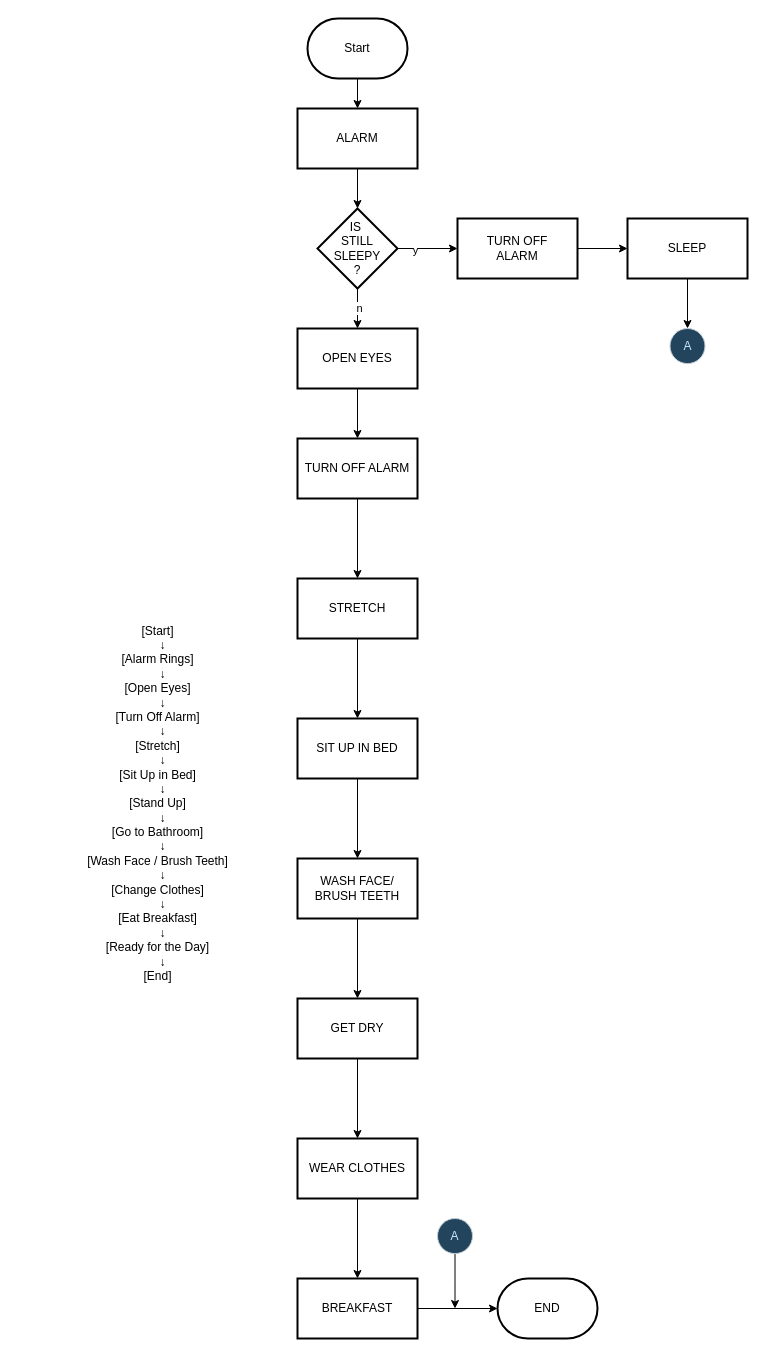
Above: page "Page-8" (8 of 10) of ActivityDiagram.git.drawio in ediangca/DAVNORHIS-Diagram (draw.io), before the change. Source tidied: cells renumbered, new cells numbered last; positions are measured from the earlier drawing's top-left corner, leaving out a move shared by most shapes. Both pictures are drawn from the tidied source at 100%, with x=0, y=0 at pixel (77, 18).
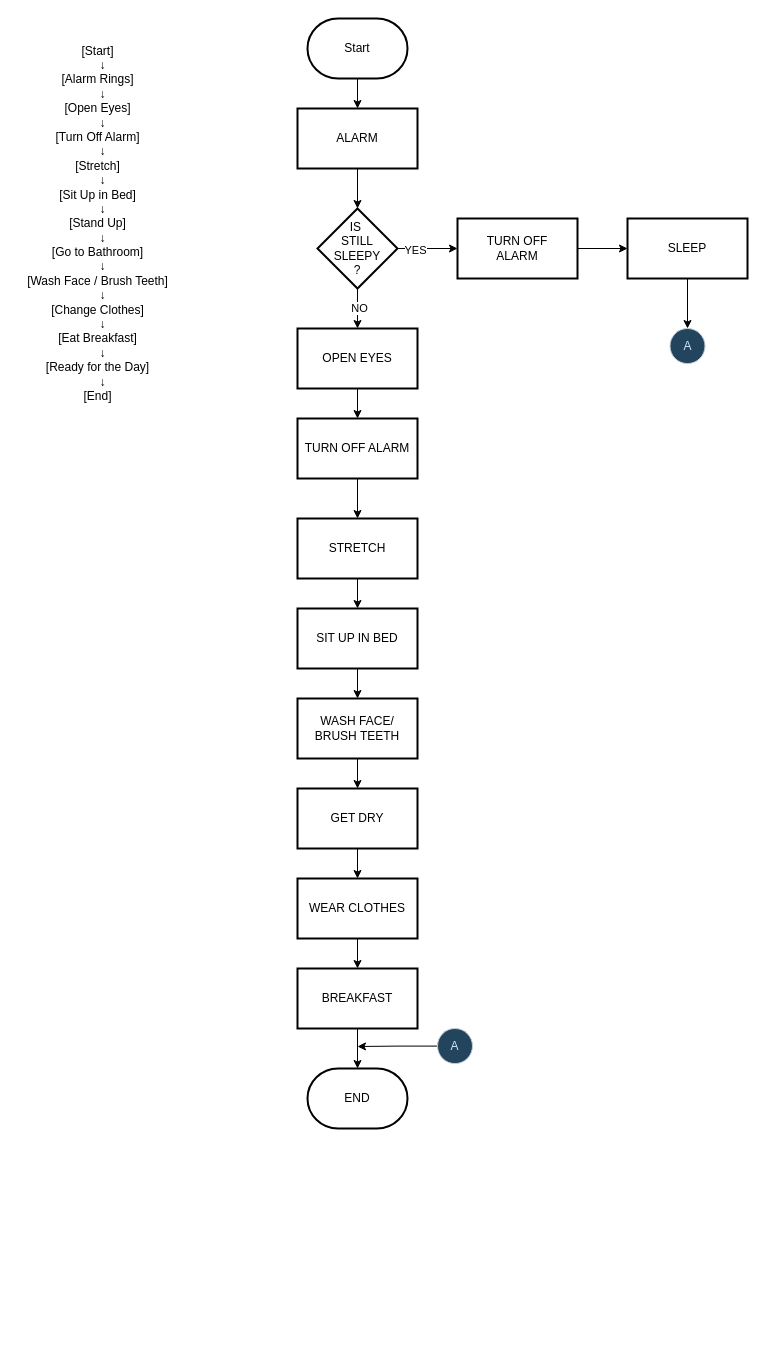
Above is the later version.

Unchanged cells that the change refers to:
```xml
<mxCell id="22" style="edgeStyle=orthogonalEdgeStyle;rounded=0;jettySize=auto;html=1;" parent="1" edge="1" source="26" target="28">
  <mxGeometry relative="1" as="geometry" />
</mxCell>
<mxCell id="24" style="edgeStyle=orthogonalEdgeStyle;rounded=0;jettySize=auto;html=1;entryX=0.5;entryY=0;entryDx=0;entryDy=0;" parent="1" edge="1" source="26" target="8">
  <mxGeometry relative="1" as="geometry" />
</mxCell>
```

Change to the diagram source:
```diff
@@
     <mxCell id="2" value="&lt;div&gt;[Start]&lt;/div&gt;&lt;div&gt;&amp;nbsp; &amp;nbsp;↓&lt;/div&gt;&lt;div&gt;[Alarm Rings]&lt;/div&gt;&lt;div&gt;&amp;nbsp; &amp;nbsp;↓&lt;/div&gt;&lt;div&gt;[Open Eyes]&lt;/div&gt;&lt;div&gt;&amp;nbsp; &amp;nbsp;↓&lt;/div&gt;&lt;div&gt;[Turn Off Alarm]&lt;/div&gt;&lt;div&gt;&amp;nbsp; &amp;nbsp;↓&lt;/div&gt;&lt;div&gt;[Stretch]&lt;/div&gt;&lt;div&gt;&amp;nbsp; &amp;nbsp;↓&lt;/div&gt;&lt;div&gt;[Sit Up in Bed]&lt;/div&gt;&lt;div&gt;&amp;nbsp; &amp;nbsp;↓&lt;/div&gt;&lt;div&gt;[Stand Up]&lt;/div&gt;&lt;div&gt;&amp;nbsp; &amp;nbsp;↓&lt;/div&gt;&lt;div&gt;[Go to Bathroom]&lt;/div&gt;&lt;div&gt;&amp;nbsp; &amp;nbsp;↓&lt;/div&gt;&lt;div&gt;[Wash Face / Brush Teeth]&lt;/div&gt;&lt;div&gt;&amp;nbsp; &amp;nbsp;↓&lt;/div&gt;&lt;div&gt;[Change Clothes]&lt;/div&gt;&lt;div&gt;&amp;nbsp; &amp;nbsp;↓&lt;/div&gt;&lt;div&gt;[Eat Breakfast]&lt;/div&gt;&lt;div&gt;&amp;nbsp; &amp;nbsp;↓&lt;/div&gt;&lt;div&gt;[Ready for the Day]&lt;/div&gt;&lt;div&gt;&amp;nbsp; &amp;nbsp;↓&lt;/div&gt;&lt;div&gt;[End]&lt;/div&gt;" style="text;html=1;align=center;verticalAlign=middle;strokeColor=none;fillColor=none;" parent="1" vertex="1">
-      <mxGeometry y="600" width="160" height="370" as="geometry" />
+      <mxGeometry x="-60" y="20" width="160" height="370" as="geometry" />
     </mxCell>
@@
     <mxCell id="10" value="TURN OFF ALARM" style="whiteSpace=wrap;html=1;strokeWidth=2;" parent="1" vertex="1">
-      <mxGeometry x="220" y="420" width="120" height="60" as="geometry" />
+      <mxGeometry x="220" y="400" width="120" height="60" as="geometry" />
     </mxCell>
@@
     <mxCell id="12" value="STRETCH" style="whiteSpace=wrap;html=1;strokeWidth=2;" parent="1" vertex="1">
-      <mxGeometry x="220" y="560" width="120" height="60" as="geometry" />
+      <mxGeometry x="220" y="500" width="120" height="60" as="geometry" />
     </mxCell>
@@
     <mxCell id="14" value="SIT UP IN BED" style="whiteSpace=wrap;html=1;strokeWidth=2;" parent="1" vertex="1">
-      <mxGeometry x="220" y="700" width="120" height="60" as="geometry" />
+      <mxGeometry x="220" y="590" width="120" height="60" as="geometry" />
     </mxCell>
@@
     <mxCell id="16" value="WASH FACE/&lt;div&gt;BRUSH TEETH&lt;/div&gt;" style="whiteSpace=wrap;html=1;strokeWidth=2;" parent="1" vertex="1">
-      <mxGeometry x="220" y="840" width="120" height="60" as="geometry" />
+      <mxGeometry x="220" y="680" width="120" height="60" as="geometry" />
     </mxCell>
@@
     <mxCell id="18" value="GET DRY" style="whiteSpace=wrap;html=1;strokeWidth=2;" parent="1" vertex="1">
-      <mxGeometry x="220" y="980" width="120" height="60" as="geometry" />
+      <mxGeometry x="220" y="770" width="120" height="60" as="geometry" />
     </mxCell>
@@
     <mxCell id="20" value="WEAR CLOTHES" style="whiteSpace=wrap;html=1;strokeWidth=2;" parent="1" vertex="1">
-      <mxGeometry x="220" y="1120" width="120" height="60" as="geometry" />
+      <mxGeometry x="220" y="860" width="120" height="60" as="geometry" />
     </mxCell>
     <mxCell id="21" value="BREAKFAST" style="whiteSpace=wrap;html=1;strokeWidth=2;" parent="1" vertex="1">
-      <mxGeometry x="220" y="1260" width="120" height="60" as="geometry" />
+      <mxGeometry x="220" y="950" width="120" height="60" as="geometry" />
     </mxCell>
@@
-    <mxCell id="23" value="y" style="edgeLabel;html=1;align=center;verticalAlign=middle;" parent="22" vertex="1">
+    <mxCell id="23" value="YES" style="edgeLabel;html=1;align=center;verticalAlign=middle;" parent="22" vertex="1">
       <mxGeometry x="-0.42" y="-1" relative="1" as="geometry" />
     </mxCell>
@@
-    <mxCell id="25" value="n" style="edgeLabel;html=1;align=center;verticalAlign=middle;" parent="24" vertex="1">
+    <mxCell id="25" value="NO" style="edgeLabel;html=1;align=center;verticalAlign=middle;" parent="24" vertex="1">
       <mxGeometry x="-0.06" y="1" relative="1" as="geometry" />
     </mxCell>
@@
     <mxCell id="31" value="END" style="strokeWidth=2;html=1;shape=mxgraph.flowchart.terminator;whiteSpace=wrap;" parent="1" vertex="1">
-      <mxGeometry x="420" y="1260" width="100" height="60" as="geometry" />
+      <mxGeometry x="230" y="1050" width="100" height="60" as="geometry" />
     </mxCell>
-    <mxCell id="32" style="edgeStyle=orthogonalEdgeStyle;rounded=0;jettySize=auto;html=1;entryX=0;entryY=0.5;entryDx=0;entryDy=0;entryPerimeter=0;" parent="1" edge="1" source="21" target="31">
+    <mxCell id="32" style="edgeStyle=orthogonalEdgeStyle;rounded=0;jettySize=auto;html=1;entryX=0.5;entryY=0;entryDx=0;entryDy=0;entryPerimeter=0;exitX=0.5;exitY=1;exitDx=0;exitDy=0;" parent="1" edge="1" source="21" target="31">
       <mxGeometry relative="1" as="geometry" />
     </mxCell>
@@
     <mxCell id="34" style="edgeStyle=orthogonalEdgeStyle;rounded=0;jettySize=auto;html=1;" parent="1" edge="1" source="35">
       <mxGeometry relative="1" as="geometry">
-        <mxPoint x="377.5" y="1290" as="targetPoint" />
+        <mxPoint x="280" y="1028" as="targetPoint" />
       </mxGeometry>
     </mxCell>
     <mxCell id="35" value="A" style="ellipse;whiteSpace=wrap;html=1;fillColor=#23445d;strokeColor=#c0cdd7;fontColor=#cce5ff;glass=0;rounded=0;gradientColor=none;" parent="1" vertex="1">
-      <mxGeometry x="360" y="1200" width="35" height="35.1" as="geometry" />
+      <mxGeometry x="360" y="1010" width="35" height="35.1" as="geometry" />
     </mxCell>
```
